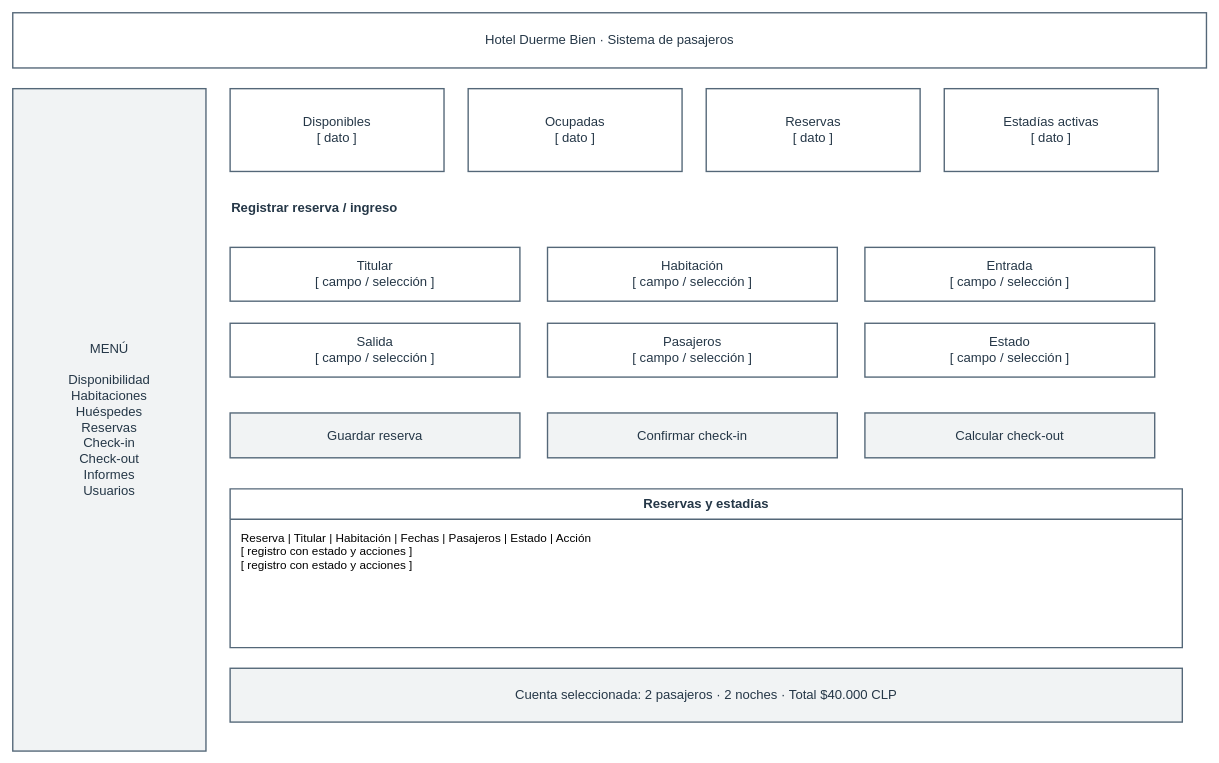
Yutre3/hotel-duerme-bien keeps this draw.io diagram as diagramas-editables/wireframe-completo.drawio. Above is the earlier version. Source tidied: cells renumbered, new cells numbered last; positions are measured from the earlier drawing's top-left corner, leaving out a move shared by most shapes. Both pictures are drawn from the tidied source at 69%, with x=0, y=0 at pixel (12, 12).
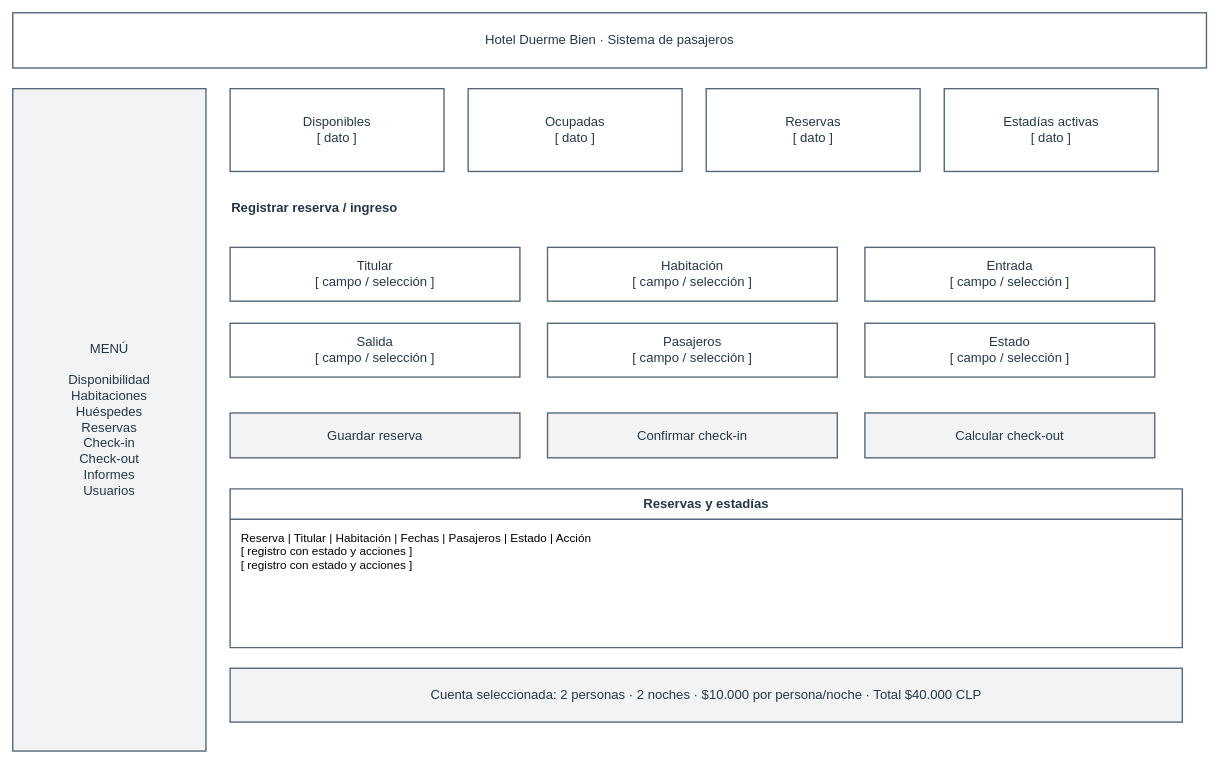
The same page after the edit.

What changed in the source:
```diff
@@
-    <mxCell id="20" value="Cuenta seleccionada: 2 pasajeros · 2 noches · Total $40.000 CLP" style="rounded=0;html=0;whiteSpace=wrap;strokeColor=#546778;strokeWidth=2;fillColor=#f1f3f4;fontColor=#253747;fontSize=19;" parent="1" vertex="1">
+    <mxCell id="20" value="Cuenta seleccionada: 2 personas · 2 noches · $10.000 por persona/noche · Total $40.000 CLP" style="rounded=0;html=0;whiteSpace=wrap;strokeColor=#546778;strokeWidth=2;fillColor=#f1f3f4;fontColor=#253747;fontSize=19;" parent="1" vertex="1">
       <mxGeometry x="315" y="950" width="1380" height="78" as="geometry" />
     </mxCell>
```
